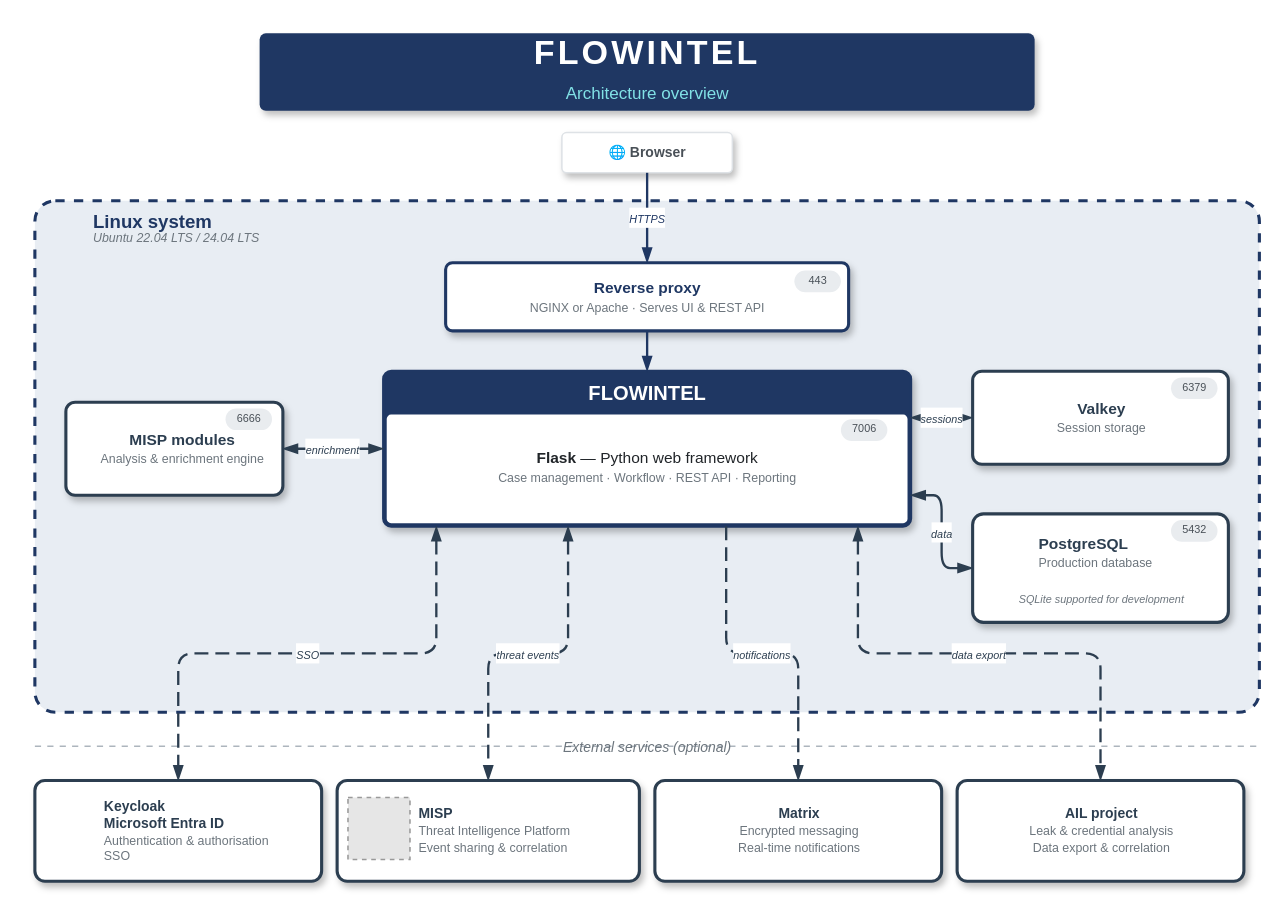
Earlier version of the draw.io diagram page "Architecture" (2 of 9) of doc/installation-manual-diagrams/flowintel-installation.drawio (flowintel/flowintel). Source tidied: cells renumbered, new cells numbered last; positions are measured from the earlier drawing's top-left corner, leaving out a move shared by most shapes. Both pictures are drawn from the tidied source at 155%, with x=0, y=0 at pixel (34, 29). Pictures stored in the file or linked from it are replaced by grey dashed boxes.
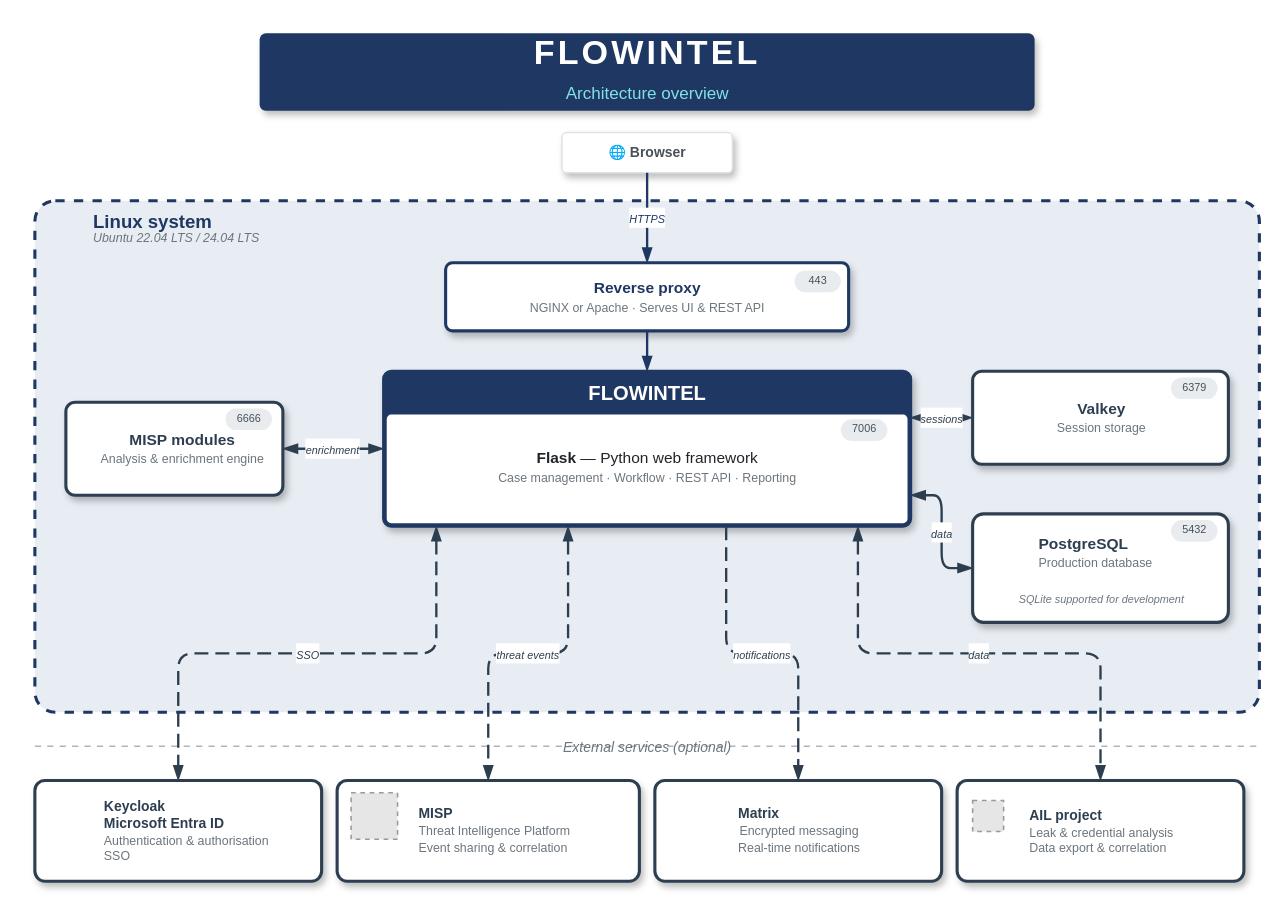
After the change.

The change refers to these unchanged cells:
```xml
<mxCell id="12" style="rounded=1;whiteSpace=wrap;html=1;fillColor=#1f3763;strokeColor=#1f3763;strokeWidth=2;arcSize=5;shadow=1;" parent="1" vertex="1">
  <mxGeometry x="225" y="220" width="340" height="100" as="geometry" />
</mxCell>
<mxCell id="36" style="rounded=1;whiteSpace=wrap;html=1;fillColor=#ffffff;strokeColor=#2c3e50;strokeWidth=2;arcSize=10;shadow=1;" parent="1" vertex="1">
  <mxGeometry x="595" y="484" width="185" height="65" as="geometry" />
</mxCell>
```

Diff of the diagram source:
```diff
@@
-    <mxCell id="32" style="fillColor=#E6E6E6;strokeColor=#999999;dashed=1;" parent="1" vertex="1">
-      <mxGeometry x="202" y="495" width="40" height="40" as="geometry" />
-    </mxCell>
@@
-    <mxCell id="35" value="&lt;b&gt;Matrix&lt;/b&gt;&lt;br&gt;&lt;font style=&quot;font-size:8px;color:#6c757d;&quot;&gt;Encrypted messaging&lt;br&gt;Real-time notifications&lt;/font&gt;" style="text;html=1;fontSize=9;fontColor=#2c3e50;align=center;verticalAlign=middle;" parent="1" vertex="1">
+    <mxCell id="35" value="&lt;div style=&quot;text-align: left;&quot;&gt;&lt;b style=&quot;background-color: transparent; color: light-dark(rgb(44, 62, 80), rgb(173, 188, 204));&quot;&gt;Matrix&lt;/b&gt;&lt;/div&gt;&lt;font style=&quot;font-size:8px;color:#6c757d;&quot;&gt;Encrypted messaging&lt;br&gt;Real-time notifications&lt;/font&gt;" style="text;html=1;fontSize=9;fontColor=#2c3e50;align=center;verticalAlign=middle;" parent="1" vertex="1">
       <mxGeometry x="400" y="484" width="185" height="65" as="geometry" />
     </mxCell>
@@
-    <mxCell id="37" value="&lt;b&gt;AIL project&lt;/b&gt;&lt;br&gt;&lt;font style=&quot;font-size:8px;color:#6c757d;&quot;&gt;Leak &amp; credential analysis&lt;br&gt;Data export &amp; correlation&lt;/font&gt;" style="text;html=1;fontSize=9;fontColor=#2c3e50;align=center;verticalAlign=middle;" parent="1" vertex="1">
+    <mxCell id="37" value="&lt;div style=&quot;text-align: left;&quot;&gt;&lt;b style=&quot;background-color: transparent; color: light-dark(rgb(44, 62, 80), rgb(173, 188, 204));&quot;&gt;AIL project&lt;/b&gt;&lt;/div&gt;&lt;font style=&quot;font-size:8px;color:#6c757d;&quot;&gt;Leak &amp;amp; credential analysis&lt;br&gt;&lt;div style=&quot;text-align: left;&quot;&gt;&lt;span style=&quot;background-color: transparent;&quot;&gt;Data export &amp;amp; correlation&lt;/span&gt;&lt;/div&gt;&lt;/font&gt;" style="text;html=1;fontSize=9;fontColor=#2c3e50;align=center;verticalAlign=middle;" parent="1" vertex="1">
       <mxGeometry x="595" y="484" width="185" height="65" as="geometry" />
     </mxCell>
@@
-    <mxCell id="46" value="&lt;font style=&quot;font-size:7px;&quot;&gt;&lt;i&gt;data export&lt;/i&gt;&lt;/font&gt;" style="edgeStyle=orthogonalEdgeStyle;rounded=1;html=1;strokeColor=#2c3e50;strokeWidth=1.5;fontColor=#2c3e50;dashed=1;dashPattern=6 3;endArrow=blockThin;endFill=1;startArrow=blockThin;startFill=1;exitX=0.9;exitY=1;exitDx=0;exitDy=0;entryX=0.5;entryY=0;entryDx=0;entryDy=0;" parent="1" edge="1" source="12" target="36">
+    <mxCell id="46" value="&lt;font style=&quot;font-size:7px;&quot;&gt;&lt;i&gt;data&lt;/i&gt;&lt;/font&gt;" style="edgeStyle=orthogonalEdgeStyle;rounded=1;html=1;strokeColor=#2c3e50;strokeWidth=1.5;fontColor=#2c3e50;dashed=1;dashPattern=6 3;endArrow=blockThin;endFill=1;startArrow=blockThin;startFill=1;exitX=0.9;exitY=1;exitDx=0;exitDy=0;entryX=0.5;entryY=0;entryDx=0;entryDy=0;" parent="1" edge="1" source="12" target="36">
       <mxGeometry relative="1" as="geometry" />
     </mxCell>
@@
+    <mxCell id="48" style="fillColor=#E6E6E6;strokeColor=#999999;dashed=1;verticalLabelPosition=bottom;labelBackgroundColor=default;verticalAlign=top;" parent="1" vertex="1">
+      <mxGeometry x="204" y="492" width="30" height="30" as="geometry" />
+    </mxCell>
+    <mxCell id="49" style="fillColor=#E6E6E6;strokeColor=#999999;dashed=1;verticalLabelPosition=bottom;labelBackgroundColor=default;verticalAlign=top;" parent="1" vertex="1">
+      <mxGeometry x="605" y="497" width="20" height="20" as="geometry" />
+    </mxCell>
```
